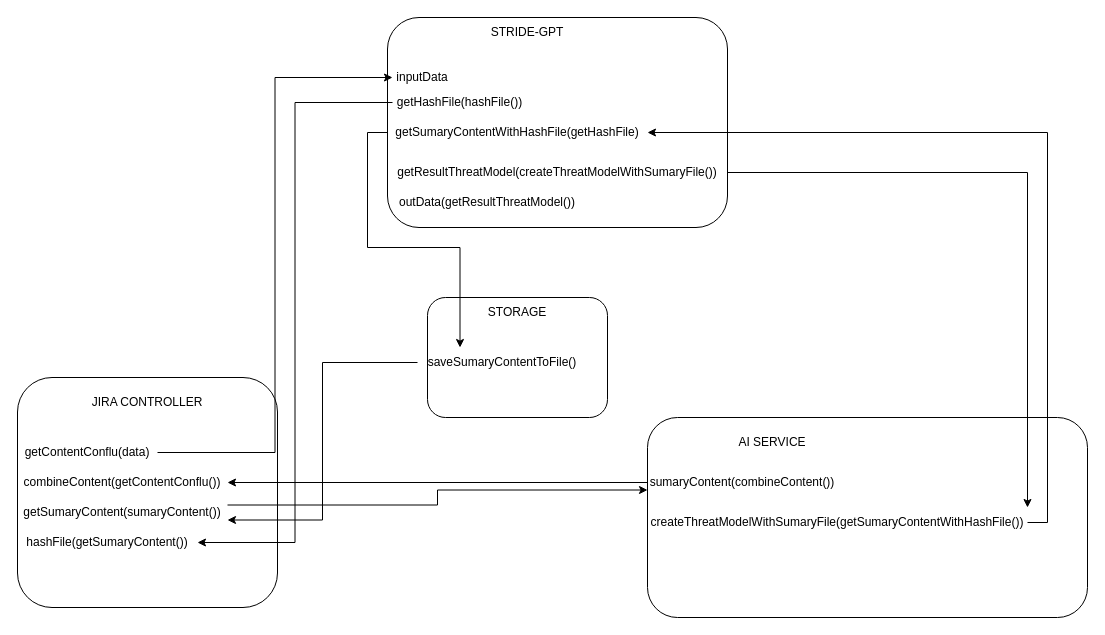
Before: Untitled Diagram.drawio in chuongle1/test, a draw.io diagram. Source tidied: cells renumbered, new cells numbered last; positions are measured from the earlier drawing's top-left corner, leaving out a move shared by most shapes. Both pictures are drawn from the tidied source at 100%, with x=0, y=0 at pixel (17, 17).
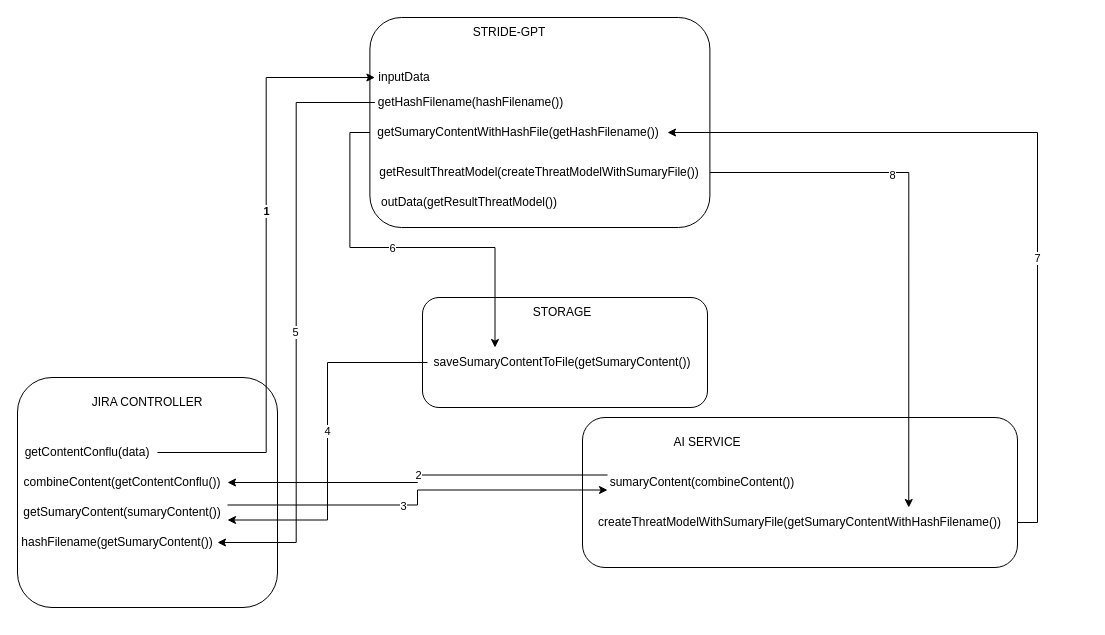
After the change.

Unchanged cells that the change refers to:
```xml
<mxCell id="7" style="edgeStyle=orthogonalEdgeStyle;rounded=0;jettySize=auto;html=1;entryX=0;entryY=0.5;entryDx=0;entryDy=0;" parent="1" edge="1" source="8" target="11">
  <mxGeometry relative="1" as="geometry" />
</mxCell>
<mxCell id="9" value="combineContent(getContentConflu())" style="text;html=1;align=center;verticalAlign=middle;whiteSpace=wrap;rounded=0;" parent="1" vertex="1">
  <mxGeometry y="450" width="210" height="30" as="geometry" />
</mxCell>
<mxCell id="16" value="getSumaryContent(sumaryContent())" style="text;html=1;align=center;verticalAlign=middle;whiteSpace=wrap;rounded=0;" parent="1" vertex="1">
  <mxGeometry y="480" width="210" height="30" as="geometry" />
</mxCell>
<mxCell id="18" style="edgeStyle=orthogonalEdgeStyle;rounded=0;jettySize=auto;html=1;entryX=1;entryY=0.75;entryDx=0;entryDy=0;" parent="1" edge="1" source="19" target="16">
  <mxGeometry relative="1" as="geometry" />
</mxCell>
<mxCell id="21" style="edgeStyle=orthogonalEdgeStyle;rounded=0;jettySize=auto;html=1;entryX=1;entryY=0.5;entryDx=0;entryDy=0;" parent="1" edge="1" source="22" target="20">
  <mxGeometry relative="1" as="geometry" />
</mxCell>
<mxCell id="23" style="edgeStyle=orthogonalEdgeStyle;rounded=0;jettySize=auto;html=1;entryX=0.25;entryY=0;entryDx=0;entryDy=0;exitX=0;exitY=0.5;exitDx=0;exitDy=0;" parent="1" edge="1" source="24" target="19">
  <mxGeometry relative="1" as="geometry" />
</mxCell>
<mxCell id="25" style="edgeStyle=orthogonalEdgeStyle;rounded=0;jettySize=auto;html=1;entryX=1;entryY=0.5;entryDx=0;entryDy=0;exitX=1;exitY=0.5;exitDx=0;exitDy=0;" parent="1" edge="1" source="26" target="24">
  <mxGeometry relative="1" as="geometry" />
</mxCell>
```

Change to the diagram source:
```diff
@@
     <mxCell id="2" style="rounded=1;whiteSpace=wrap;html=1;" parent="1" vertex="1">
-      <mxGeometry x="370" width="340" height="210" as="geometry" />
+      <mxGeometry x="352.4" width="340" height="210" as="geometry" />
     </mxCell>
     <mxCell id="3" style="rounded=1;whiteSpace=wrap;html=1;" parent="1" vertex="1">
-      <mxGeometry x="630" y="400" width="440" height="200" as="geometry" />
+      <mxGeometry x="565" y="400" width="435" height="150" as="geometry" />
     </mxCell>
@@
     <mxCell id="5" style="rounded=1;whiteSpace=wrap;html=1;" parent="1" vertex="1">
-      <mxGeometry x="410" y="280" width="180" height="120" as="geometry" />
+      <mxGeometry x="405" y="280" width="285" height="110" as="geometry" />
     </mxCell>
@@
+    <mxCell id="30" value="&lt;b&gt;1&lt;/b&gt;" style="edgeLabel;html=1;align=center;verticalAlign=middle;" parent="7" vertex="1">
+      <mxGeometry x="0.18" relative="1" as="geometry" />
+    </mxCell>
@@
     <mxCell id="10" value="STRIDE-GPT" style="text;html=1;align=center;verticalAlign=middle;whiteSpace=wrap;rounded=0;" parent="1" vertex="1">
-      <mxGeometry x="460" width="100" height="30" as="geometry" />
+      <mxGeometry x="442.4" width="100" height="30" as="geometry" />
     </mxCell>
     <mxCell id="11" value="inputData" style="text;html=1;align=center;verticalAlign=middle;whiteSpace=wrap;rounded=0;" parent="1" vertex="1">
-      <mxGeometry x="375" y="45" width="60" height="30" as="geometry" />
+      <mxGeometry x="357.4" y="45" width="60" height="30" as="geometry" />
     </mxCell>
     <mxCell id="12" value="AI SERVICE" style="text;html=1;align=center;verticalAlign=middle;whiteSpace=wrap;rounded=0;" parent="1" vertex="1">
-      <mxGeometry x="715" y="410" width="80" height="30" as="geometry" />
+      <mxGeometry x="650" y="410" width="80" height="30" as="geometry" />
     </mxCell>
-    <mxCell id="13" style="edgeStyle=orthogonalEdgeStyle;rounded=0;jettySize=auto;html=1;entryX=1;entryY=0.5;entryDx=0;entryDy=0;" parent="1" edge="1" source="14" target="9">
+    <mxCell id="13" style="edgeStyle=orthogonalEdgeStyle;rounded=0;jettySize=auto;html=1;entryX=1;entryY=0.5;entryDx=0;entryDy=0;exitX=0;exitY=0.25;exitDx=0;exitDy=0;" parent="1" edge="1" source="14" target="9">
       <mxGeometry relative="1" as="geometry" />
     </mxCell>
+    <mxCell id="31" value="2" style="edgeLabel;html=1;align=center;verticalAlign=middle;" parent="13" vertex="1">
+      <mxGeometry x="-0.02" relative="1" as="geometry" />
+    </mxCell>
     <mxCell id="14" value="sumaryContent(combineContent())" style="text;html=1;align=center;verticalAlign=middle;whiteSpace=wrap;rounded=0;" parent="1" vertex="1">
-      <mxGeometry x="630" y="450" width="190" height="30" as="geometry" />
+      <mxGeometry x="590" y="450" width="190" height="30" as="geometry" />
     </mxCell>
-    <mxCell id="15" style="edgeStyle=orthogonalEdgeStyle;rounded=0;jettySize=auto;html=1;entryX=0;entryY=0.75;entryDx=0;entryDy=0;exitX=1;exitY=0.25;exitDx=0;exitDy=0;" parent="1" edge="1" source="16" target="14">
+    <mxCell id="15" style="edgeStyle=orthogonalEdgeStyle;rounded=0;jettySize=auto;html=1;exitX=1;exitY=0.25;exitDx=0;exitDy=0;entryX=0;entryY=0.75;entryDx=0;entryDy=0;" parent="1" edge="1" source="16" target="14">
       <mxGeometry relative="1" as="geometry" />
     </mxCell>
+    <mxCell id="32" value="3" style="edgeLabel;html=1;align=center;verticalAlign=middle;" parent="15" vertex="1">
+      <mxGeometry x="-0.11" y="-1" relative="1" as="geometry">
+        <mxPoint x="-1" as="offset" />
+      </mxGeometry>
+    </mxCell>
@@
     <mxCell id="17" value="STORAGE" style="text;html=1;align=center;verticalAlign=middle;whiteSpace=wrap;rounded=0;" parent="1" vertex="1">
-      <mxGeometry x="470" y="280" width="60" height="30" as="geometry" />
+      <mxGeometry x="515" y="280" width="60" height="30" as="geometry" />
     </mxCell>
@@
+    <mxCell id="33" value="4" style="edgeLabel;html=1;align=center;verticalAlign=middle;" parent="18" vertex="1">
+      <mxGeometry x="-0.06" y="-1" relative="1" as="geometry" />
+    </mxCell>
-    <mxCell id="19" value="saveSumaryContentToFile()" style="text;html=1;align=center;verticalAlign=middle;whiteSpace=wrap;rounded=0;" parent="1" vertex="1">
-      <mxGeometry x="400" y="330" width="170" height="30" as="geometry" />
+    <mxCell id="19" value="saveSumaryContentToFile(getSumaryContent())" style="text;html=1;align=center;verticalAlign=middle;whiteSpace=wrap;rounded=0;" parent="1" vertex="1">
+      <mxGeometry x="410" y="330" width="270" height="30" as="geometry" />
     </mxCell>
-    <mxCell id="20" value="hashFile(getSumaryContent())" style="text;html=1;align=center;verticalAlign=middle;whiteSpace=wrap;rounded=0;" parent="1" vertex="1">
-      <mxGeometry y="510" width="180" height="30" as="geometry" />
+    <mxCell id="20" value="hashFilename(getSumaryContent())" style="text;html=1;align=center;verticalAlign=middle;whiteSpace=wrap;rounded=0;" parent="1" vertex="1">
+      <mxGeometry y="510" width="200" height="30" as="geometry" />
     </mxCell>
@@
+    <mxCell id="34" value="5" style="edgeLabel;html=1;align=center;verticalAlign=middle;" parent="21" vertex="1">
+      <mxGeometry x="0.03" y="-1" relative="1" as="geometry" />
+    </mxCell>
-    <mxCell id="22" value="getHashFile(hashFile())" style="text;html=1;align=center;verticalAlign=middle;whiteSpace=wrap;rounded=0;" parent="1" vertex="1">
-      <mxGeometry x="375" y="70" width="135" height="30" as="geometry" />
+    <mxCell id="22" value="getHashFilename(hashFilename())" style="text;html=1;align=center;verticalAlign=middle;whiteSpace=wrap;rounded=0;" parent="1" vertex="1">
+      <mxGeometry x="357.4" y="70" width="192.6" height="30" as="geometry" />
     </mxCell>
@@
+    <mxCell id="35" value="6" style="edgeLabel;html=1;align=center;verticalAlign=middle;" parent="23" vertex="1">
+      <mxGeometry x="-0.07" relative="1" as="geometry" />
+    </mxCell>
-    <mxCell id="24" value="getSumaryContentWithHashFile(getHashFile)" style="text;html=1;align=center;verticalAlign=middle;whiteSpace=wrap;rounded=0;" parent="1" vertex="1">
-      <mxGeometry x="370" y="100" width="260" height="30" as="geometry" />
+    <mxCell id="24" value="getSumaryContentWithHashFile(getHashFilename())" style="text;html=1;align=center;verticalAlign=middle;whiteSpace=wrap;rounded=0;" parent="1" vertex="1">
+      <mxGeometry x="352.4" y="100" width="297.6" height="30" as="geometry" />
     </mxCell>
@@
+    <mxCell id="36" value="7" style="edgeLabel;html=1;align=center;verticalAlign=middle;" parent="25" vertex="1">
+      <mxGeometry x="-0.27" y="1" relative="1" as="geometry" />
+    </mxCell>
-    <mxCell id="26" value="createThreatModelWithSumaryFile(getSumaryContentWithHashFile())" style="text;html=1;align=center;verticalAlign=middle;whiteSpace=wrap;rounded=0;" parent="1" vertex="1">
-      <mxGeometry x="630" y="490" width="380" height="30" as="geometry" />
+    <mxCell id="26" value="createThreatModelWithSumaryFile(getSumaryContentWithHashFilename())" style="text;html=1;align=center;verticalAlign=middle;whiteSpace=wrap;rounded=0;" parent="1" vertex="1">
+      <mxGeometry x="565" y="490" width="435" height="30" as="geometry" />
     </mxCell>
-    <mxCell id="27" style="edgeStyle=orthogonalEdgeStyle;rounded=0;jettySize=auto;html=1;entryX=1;entryY=0;entryDx=0;entryDy=0;exitX=1;exitY=0.5;exitDx=0;exitDy=0;" parent="1" edge="1" source="28" target="26">
+    <mxCell id="27" style="edgeStyle=orthogonalEdgeStyle;rounded=0;jettySize=auto;html=1;entryX=0.75;entryY=0;entryDx=0;entryDy=0;exitX=1;exitY=0.5;exitDx=0;exitDy=0;" parent="1" edge="1" source="28" target="26">
       <mxGeometry relative="1" as="geometry" />
     </mxCell>
+    <mxCell id="37" value="8" style="edgeLabel;html=1;align=center;verticalAlign=middle;" parent="27" vertex="1">
+      <mxGeometry x="-0.32" y="-2" relative="1" as="geometry" />
+    </mxCell>
     <mxCell id="28" value="getResultThreatModel(createThreatModelWithSumaryFile())" style="text;html=1;align=center;verticalAlign=middle;whiteSpace=wrap;rounded=0;" parent="1" vertex="1">
-      <mxGeometry x="370" y="140" width="340" height="30" as="geometry" />
+      <mxGeometry x="352.4" y="140" width="340" height="30" as="geometry" />
     </mxCell>
     <mxCell id="29" value="outData(getResultThreatModel())" style="text;html=1;align=center;verticalAlign=middle;whiteSpace=wrap;rounded=0;" parent="1" vertex="1">
-      <mxGeometry x="375" y="170" width="190" height="30" as="geometry" />
+      <mxGeometry x="357.4" y="170" width="190" height="30" as="geometry" />
     </mxCell>
```
